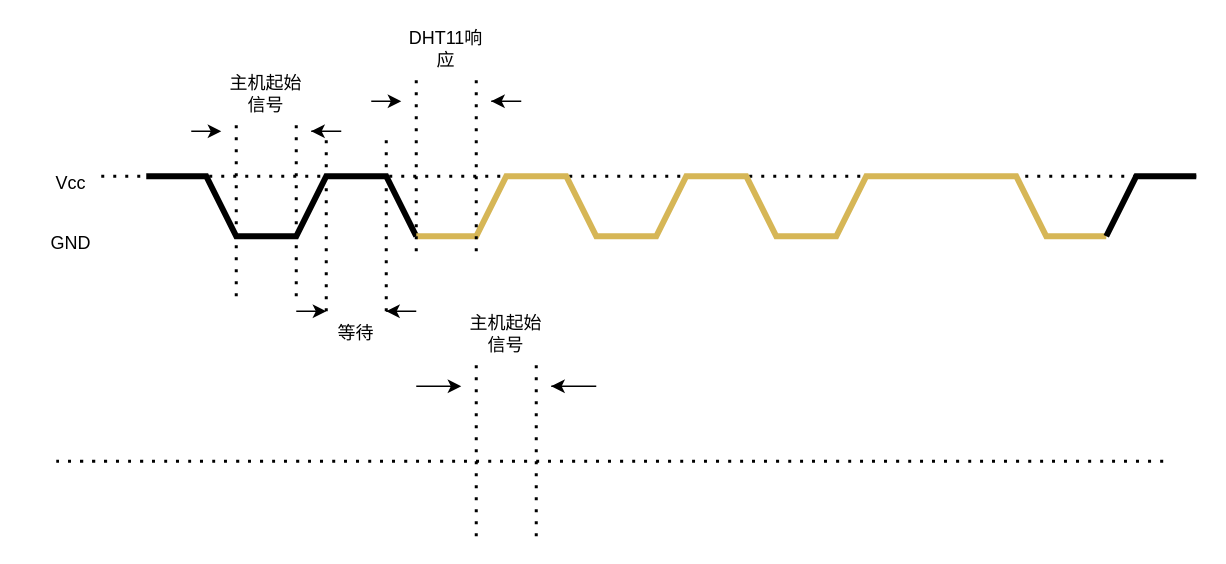
niusama2/papper_chart keeps this draw.io diagram as DHT11总线.drawio. Above is the earlier version. Source tidied: cells renumbered, new cells numbered last; positions are measured from the earlier drawing's top-left corner, leaving out a move shared by most shapes. Both pictures are drawn from the tidied source at 150%, with x=0, y=0 at pixel (26, 26).
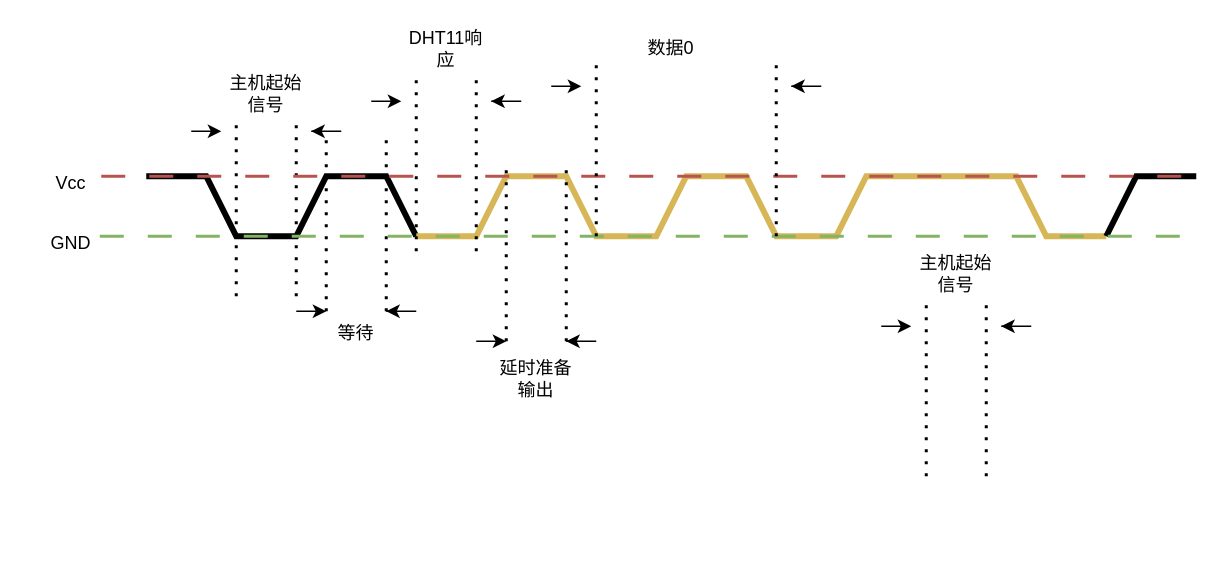
After the change.

Diff of the diagram source:
```diff
@@
-    <mxCell id="2" style="endArrow=none;dashed=1;html=1;dashPattern=1 3;strokeWidth=2;rounded=0;" parent="1" edge="1">
-      <mxGeometry relative="1" as="geometry">
-        <mxPoint x="50" y="100" as="sourcePoint" />
-        <mxPoint x="780" y="100" as="targetPoint" />
-      </mxGeometry>
-    </mxCell>
-    <mxCell id="3" style="endArrow=none;dashed=1;html=1;dashPattern=1 3;strokeWidth=2;rounded=0;edgeStyle=orthogonalEdgeStyle;curved=1;" parent="1" edge="1">
-      <mxGeometry relative="1" as="geometry">
-        <mxPoint x="20" y="290" as="sourcePoint" />
-        <mxPoint x="760" y="290" as="targetPoint" />
-      </mxGeometry>
-    </mxCell>
@@
-    <mxCell id="19" style="group;" parent="1" vertex="1">
-      <mxGeometry x="260" y="190" width="120" height="150" as="geometry" />
-    </mxCell>
+    <mxCell id="25" style="endArrow=none;dashed=1;html=1;dashPattern=1 3;strokeWidth=2;rounded=0;" parent="1" edge="1">
+      <mxGeometry relative="1" as="geometry">
+        <mxPoint x="260" y="150" as="sourcePoint" />
+        <mxPoint x="260" y="30" as="targetPoint" />
+      </mxGeometry>
+    </mxCell>
+    <mxCell id="26" style="endArrow=none;dashed=1;html=1;dashPattern=1 3;strokeWidth=2;rounded=0;" parent="1" edge="1">
+      <mxGeometry relative="1" as="geometry">
+        <mxPoint x="300" y="150" as="sourcePoint" />
+        <mxPoint x="300" y="30" as="targetPoint" />
+      </mxGeometry>
+    </mxCell>
+    <mxCell id="27" style="endArrow=classic;html=1;rounded=0;" parent="1" edge="1">
+      <mxGeometry relative="1" as="geometry">
+        <mxPoint x="230" y="50" as="sourcePoint" />
+        <mxPoint x="250" y="50" as="targetPoint" />
+      </mxGeometry>
+    </mxCell>
+    <mxCell id="28" style="endArrow=classic;html=1;rounded=0;" parent="1" edge="1">
+      <mxGeometry relative="1" as="geometry">
+        <mxPoint x="310" y="50" as="sourcePoint" />
+        <mxPoint x="310" y="50" as="targetPoint" />
+        <Array as="points">
+          <mxPoint x="330" y="50" />
+        </Array>
+      </mxGeometry>
+    </mxCell>
+    <mxCell id="29" value="DHT11响应" style="text;html=1;align=center;verticalAlign=middle;whiteSpace=wrap;rounded=0;" parent="1" vertex="1">
+      <mxGeometry x="250" width="60" height="30" as="geometry" />
+    </mxCell>
-    <mxCell id="20" style="endArrow=none;dashed=1;html=1;dashPattern=1 3;strokeWidth=2;rounded=0;" parent="19" edge="1">
+    <mxCell id="20" style="endArrow=none;dashed=1;html=1;dashPattern=1 3;strokeWidth=2;rounded=0;" parent="1" edge="1">
       <mxGeometry relative="1" as="geometry">
-        <mxPoint x="40" y="150" as="sourcePoint" />
-        <mxPoint x="40" y="30" as="targetPoint" />
+        <mxPoint x="320" y="210" as="sourcePoint" />
+        <mxPoint x="320" y="90" as="targetPoint" />
       </mxGeometry>
     </mxCell>
-    <mxCell id="21" style="endArrow=none;dashed=1;html=1;dashPattern=1 3;strokeWidth=2;rounded=0;" parent="19" edge="1">
+    <mxCell id="21" style="endArrow=none;dashed=1;html=1;dashPattern=1 3;strokeWidth=2;rounded=0;" parent="1" edge="1">
       <mxGeometry relative="1" as="geometry">
-        <mxPoint x="80" y="150" as="sourcePoint" />
-        <mxPoint x="80" y="30" as="targetPoint" />
+        <mxPoint x="360" y="210" as="sourcePoint" />
+        <mxPoint x="360" y="90" as="targetPoint" />
       </mxGeometry>
     </mxCell>
-    <mxCell id="22" style="endArrow=classic;html=1;rounded=0;" parent="19" edge="1">
+    <mxCell id="22" style="endArrow=classic;html=1;rounded=0;" parent="1" edge="1">
       <mxGeometry relative="1" as="geometry">
-        <mxPoint y="50" as="sourcePoint" />
-        <mxPoint x="30" y="50" as="targetPoint" />
+        <mxPoint x="300" y="210" as="sourcePoint" />
+        <mxPoint x="320" y="210" as="targetPoint" />
       </mxGeometry>
     </mxCell>
-    <mxCell id="23" style="endArrow=classic;html=1;rounded=0;" parent="19" edge="1">
+    <mxCell id="23" style="endArrow=classic;html=1;rounded=0;" parent="1" edge="1">
       <mxGeometry relative="1" as="geometry">
-        <mxPoint x="90" y="50" as="sourcePoint" />
-        <mxPoint x="90" y="50" as="targetPoint" />
+        <mxPoint x="360" y="210" as="sourcePoint" />
+        <mxPoint x="360" y="210" as="targetPoint" />
         <Array as="points">
-          <mxPoint x="120" y="50" />
+          <mxPoint x="380" y="210" />
         </Array>
       </mxGeometry>
     </mxCell>
-    <mxCell id="24" value="主机起始信号" style="text;html=1;align=center;verticalAlign=middle;whiteSpace=wrap;rounded=0;" parent="19" vertex="1">
-      <mxGeometry x="30" width="60" height="30" as="geometry" />
+    <mxCell id="24" value="延时准备输出" style="text;html=1;align=center;verticalAlign=middle;whiteSpace=wrap;rounded=0;" parent="1" vertex="1">
+      <mxGeometry x="310" y="220" width="60" height="30" as="geometry" />
     </mxCell>
-    <mxCell id="25" style="endArrow=none;dashed=1;html=1;dashPattern=1 3;strokeWidth=2;rounded=0;" parent="1" edge="1">
-      <mxGeometry relative="1" as="geometry">
-        <mxPoint x="260" y="150" as="sourcePoint" />
-        <mxPoint x="260" y="30" as="targetPoint" />
-      </mxGeometry>
-    </mxCell>
-    <mxCell id="26" style="endArrow=none;dashed=1;html=1;dashPattern=1 3;strokeWidth=2;rounded=0;" parent="1" edge="1">
-      <mxGeometry relative="1" as="geometry">
-        <mxPoint x="300" y="150" as="sourcePoint" />
-        <mxPoint x="300" y="30" as="targetPoint" />
-      </mxGeometry>
-    </mxCell>
-    <mxCell id="27" style="endArrow=classic;html=1;rounded=0;" parent="1" edge="1">
-      <mxGeometry relative="1" as="geometry">
-        <mxPoint x="230" y="50" as="sourcePoint" />
-        <mxPoint x="250" y="50" as="targetPoint" />
-      </mxGeometry>
-    </mxCell>
-    <mxCell id="28" style="endArrow=classic;html=1;rounded=0;" parent="1" edge="1">
-      <mxGeometry relative="1" as="geometry">
-        <mxPoint x="310" y="50" as="sourcePoint" />
-        <mxPoint x="310" y="50" as="targetPoint" />
-        <Array as="points">
-          <mxPoint x="330" y="50" />
-        </Array>
-      </mxGeometry>
-    </mxCell>
-    <mxCell id="29" value="DHT11响应" style="text;html=1;align=center;verticalAlign=middle;whiteSpace=wrap;rounded=0;" parent="1" vertex="1">
-      <mxGeometry x="250" width="60" height="30" as="geometry" />
-    </mxCell>
+    <mxCell id="2" style="endArrow=none;dashed=1;html=1;dashPattern=8 8;strokeWidth=2;rounded=0;fillColor=#f8cecc;strokeColor=#b85450;" parent="1" edge="1">
+      <mxGeometry relative="1" as="geometry">
+        <mxPoint x="50" y="100" as="sourcePoint" />
+        <mxPoint x="780" y="100" as="targetPoint" />
+      </mxGeometry>
+    </mxCell>
+    <mxCell id="30" style="endArrow=none;dashed=1;html=1;dashPattern=8 8;strokeWidth=2;rounded=0;fillColor=#d5e8d4;strokeColor=#82b366;" parent="1" edge="1">
+      <mxGeometry relative="1" as="geometry">
+        <mxPoint x="49" y="140" as="sourcePoint" />
+        <mxPoint x="779" y="140" as="targetPoint" />
+      </mxGeometry>
+    </mxCell>
+    <mxCell id="31" style="group;" parent="1" vertex="1">
+      <mxGeometry x="570" y="150" width="100" height="150" as="geometry" />
+    </mxCell>
+    <mxCell id="32" style="endArrow=none;dashed=1;html=1;dashPattern=1 3;strokeWidth=2;rounded=0;" parent="31" edge="1">
+      <mxGeometry relative="1" as="geometry">
+        <mxPoint x="30" y="150" as="sourcePoint" />
+        <mxPoint x="30" y="30" as="targetPoint" />
+      </mxGeometry>
+    </mxCell>
+    <mxCell id="33" style="endArrow=none;dashed=1;html=1;dashPattern=1 3;strokeWidth=2;rounded=0;" parent="31" edge="1">
+      <mxGeometry relative="1" as="geometry">
+        <mxPoint x="70" y="150" as="sourcePoint" />
+        <mxPoint x="70" y="30" as="targetPoint" />
+      </mxGeometry>
+    </mxCell>
+    <mxCell id="34" style="endArrow=classic;html=1;rounded=0;" parent="31" edge="1">
+      <mxGeometry relative="1" as="geometry">
+        <mxPoint y="50" as="sourcePoint" />
+        <mxPoint x="20" y="50" as="targetPoint" />
+      </mxGeometry>
+    </mxCell>
+    <mxCell id="35" style="endArrow=classic;html=1;rounded=0;" parent="31" edge="1">
+      <mxGeometry relative="1" as="geometry">
+        <mxPoint x="80" y="50" as="sourcePoint" />
+        <mxPoint x="80" y="50" as="targetPoint" />
+        <Array as="points">
+          <mxPoint x="100" y="50" />
+        </Array>
+      </mxGeometry>
+    </mxCell>
+    <mxCell id="36" value="主机起始信号" style="text;html=1;align=center;verticalAlign=middle;whiteSpace=wrap;rounded=0;" parent="31" vertex="1">
+      <mxGeometry x="20" width="60" height="30" as="geometry" />
+    </mxCell>
+    <mxCell id="37" style="endArrow=none;dashed=1;html=1;dashPattern=1 3;strokeWidth=2;rounded=0;" parent="1" edge="1">
+      <mxGeometry relative="1" as="geometry">
+        <mxPoint x="380" y="140" as="sourcePoint" />
+        <mxPoint x="380" y="20" as="targetPoint" />
+      </mxGeometry>
+    </mxCell>
+    <mxCell id="38" style="endArrow=none;dashed=1;html=1;dashPattern=1 3;strokeWidth=2;rounded=0;" parent="1" edge="1">
+      <mxGeometry relative="1" as="geometry">
+        <mxPoint x="500" y="140" as="sourcePoint" />
+        <mxPoint x="500" y="20" as="targetPoint" />
+      </mxGeometry>
+    </mxCell>
+    <mxCell id="39" style="endArrow=classic;html=1;rounded=0;" parent="1" edge="1">
+      <mxGeometry relative="1" as="geometry">
+        <mxPoint x="350" y="40" as="sourcePoint" />
+        <mxPoint x="370" y="40" as="targetPoint" />
+      </mxGeometry>
+    </mxCell>
+    <mxCell id="40" style="endArrow=classic;html=1;rounded=0;" parent="1" edge="1">
+      <mxGeometry relative="1" as="geometry">
+        <mxPoint x="510" y="40" as="sourcePoint" />
+        <mxPoint x="510" y="40" as="targetPoint" />
+        <Array as="points">
+          <mxPoint x="530" y="40" />
+        </Array>
+      </mxGeometry>
+    </mxCell>
+    <mxCell id="41" value="数据0" style="text;html=1;align=center;verticalAlign=middle;whiteSpace=wrap;rounded=0;" parent="1" vertex="1">
+      <mxGeometry x="400" width="60" height="30" as="geometry" />
+    </mxCell>
```
